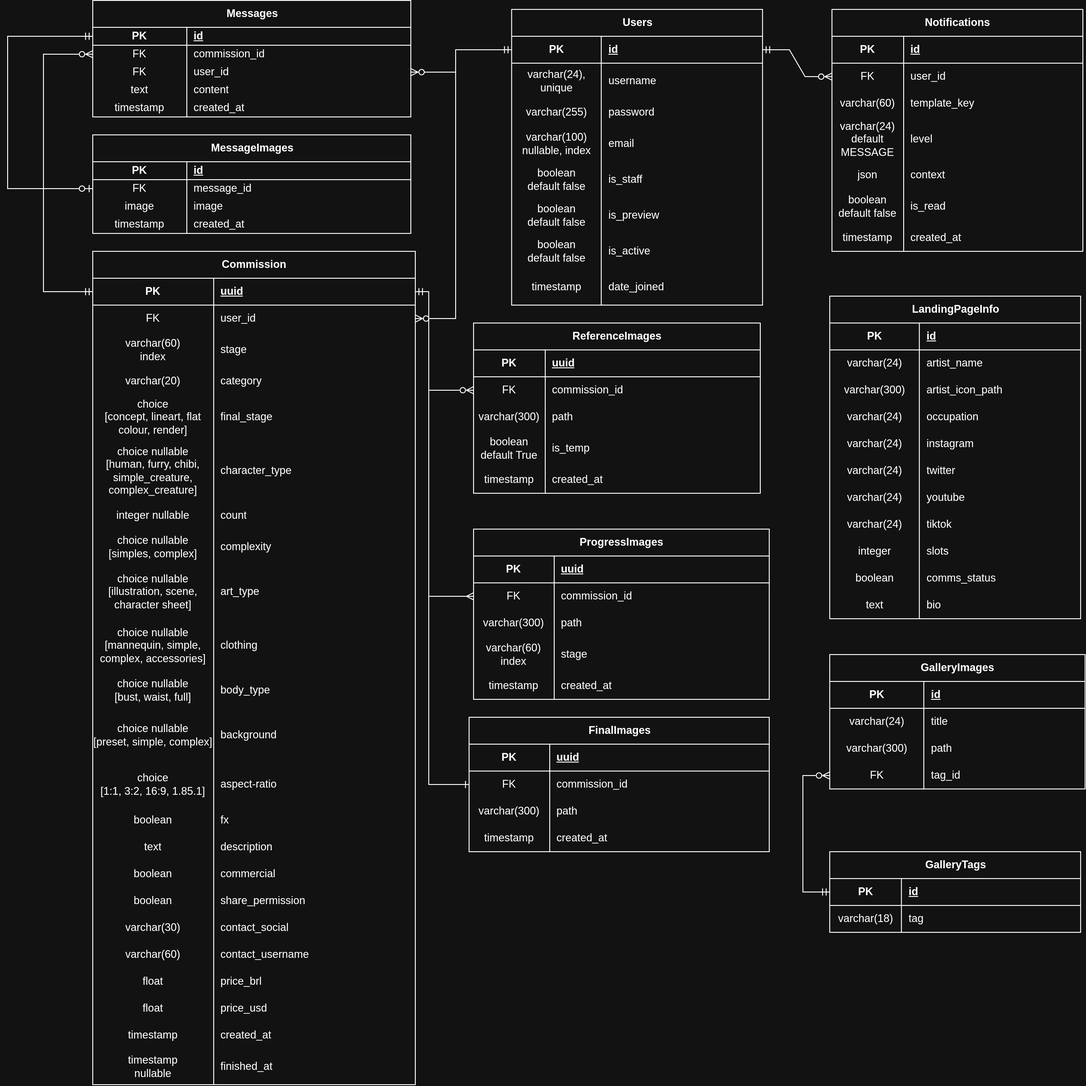
Earlier version of the draw.io export docs/diagramas/OAtelierER.png (nemesis-noctis/o-atelier). Source tidied: cells renumbered, new cells last; positions are measured from the earlier drawing's top-left corner, leaving out a move shared by most shapes.
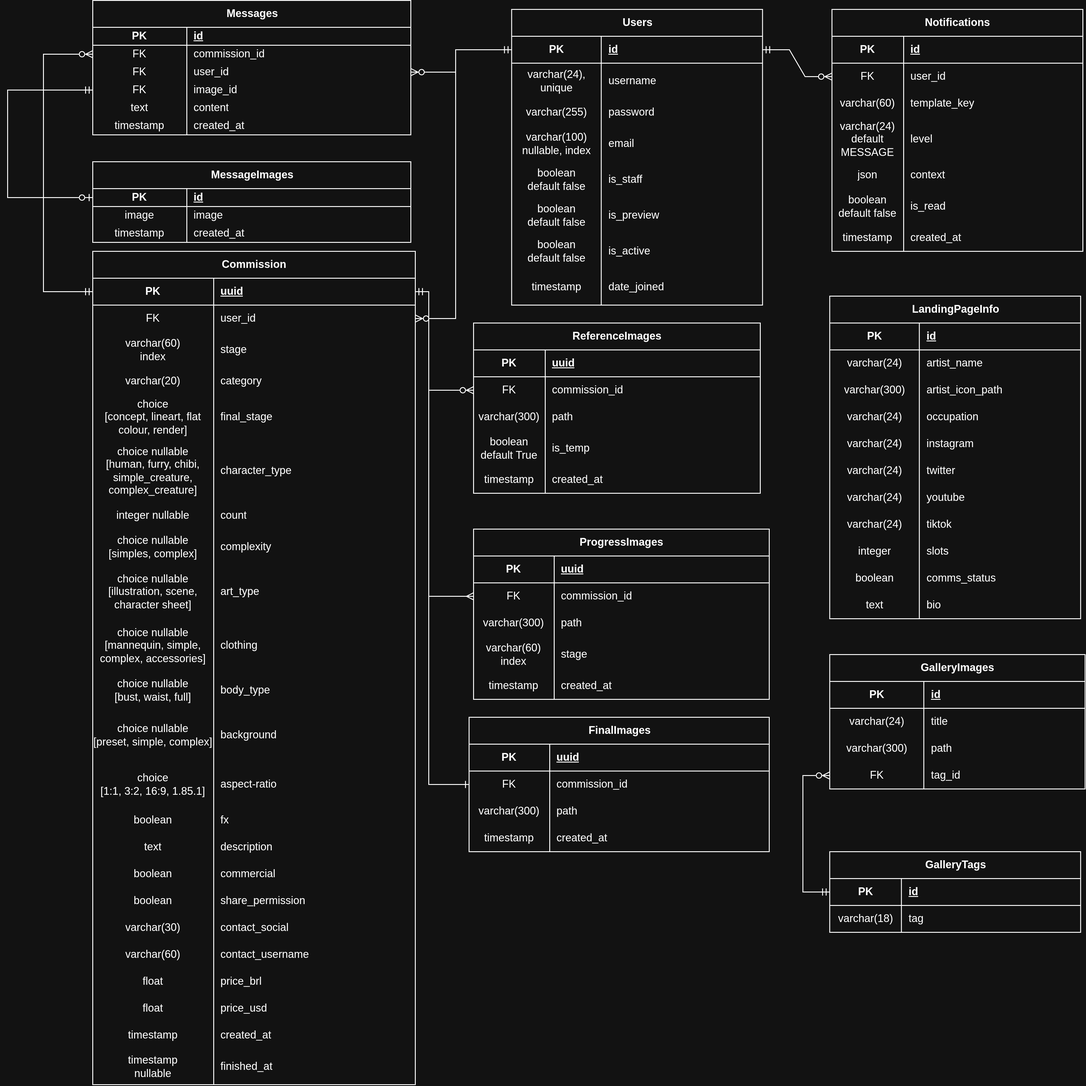
Later version of the same file.

Commit message:
feat: Fix docs, add message image model to db and adjust message model.

Diff of the diagram source:
```diff
@@ -578,7 +578,7 @@
       </mxGeometry>
     </mxCell>
     <mxCell id="187" value="Messages" style="shape=table;startSize=30;rowLines=0;fontStyle=1;align=center;html=1;" parent="1" vertex="1">
-      <mxGeometry x="95" width="355" height="130" as="geometry" />
+      <mxGeometry x="95" width="355" height="150" as="geometry" />
     </mxCell>
     <mxCell id="188" style="shape=tableRow;horizontal=0;startSize=0;swimlaneHead=0;swimlaneBody=0;fillColor=none;points=[[0,0.5],[1,0.5]];portConstraint=eastwest;top=0;left=0;right=0;bottom=1;" parent="187" vertex="1">
       <mxGeometry y="30" width="355" height="20" as="geometry" />
@@ -607,8 +607,17 @@
     <mxCell id="196" value="user_id" style="shape=partialRectangle;fillColor=none;top=0;left=0;bottom=0;right=0;align=left;spacingLeft=6;overflow=hidden;whiteSpace=wrap;html=1;" parent="194" vertex="1">
       <mxGeometry x="105" width="250" height="20" as="geometry" />
     </mxCell>
+    <mxCell id="256" style="shape=tableRow;horizontal=0;startSize=0;swimlaneHead=0;swimlaneBody=0;fillColor=none;points=[[0,0.5],[1,0.5]];portConstraint=eastwest;top=0;left=0;right=0;bottom=0;" parent="187" vertex="1">
+      <mxGeometry y="90" width="355" height="20" as="geometry" />
+    </mxCell>
+    <mxCell id="247" value="FK" style="shape=partialRectangle;fillColor=none;top=0;left=0;bottom=0;right=0;overflow=hidden;whiteSpace=wrap;html=1;" parent="256" vertex="1">
+      <mxGeometry width="105" height="20" as="geometry" />
+    </mxCell>
+    <mxCell id="257" value="image_id" style="shape=partialRectangle;fillColor=none;top=0;left=0;bottom=0;right=0;align=left;spacingLeft=6;overflow=hidden;whiteSpace=wrap;html=1;" parent="256" vertex="1">
+      <mxGeometry x="105" width="250" height="20" as="geometry" />
+    </mxCell>
     <mxCell id="197" style="shape=tableRow;horizontal=0;startSize=0;swimlaneHead=0;swimlaneBody=0;fillColor=none;top=0;left=0;right=0;bottom=0;" parent="187" vertex="1">
-      <mxGeometry y="90" width="355" height="20" as="geometry" />
+      <mxGeometry y="110" width="355" height="20" as="geometry" />
     </mxCell>
     <mxCell id="198" value="text" style="shape=partialRectangle;fillColor=none;top=0;left=0;bottom=0;right=0;overflow=hidden;whiteSpace=wrap;html=1;" parent="197" vertex="1">
       <mxGeometry width="105" height="20" as="geometry" />
@@ -617,7 +626,7 @@
       <mxGeometry x="105" width="250" height="20" as="geometry" />
     </mxCell>
     <mxCell id="200" style="shape=tableRow;horizontal=0;startSize=0;swimlaneHead=0;swimlaneBody=0;fillColor=none;top=0;left=0;right=0;bottom=0;" parent="187" vertex="1">
-      <mxGeometry y="110" width="355" height="20" as="geometry" />
+      <mxGeometry y="130" width="355" height="20" as="geometry" />
     </mxCell>
     <mxCell id="201" value="timestamp" style="shape=partialRectangle;fillColor=none;top=0;left=0;bottom=0;right=0;overflow=hidden;whiteSpace=wrap;html=1;" parent="200" vertex="1">
       <mxGeometry width="105" height="20" as="geometry" />
@@ -762,7 +771,7 @@
       </mxGeometry>
     </mxCell>
     <mxCell id="242" value="MessageImages" style="shape=table;startSize=30;rowLines=0;fontStyle=1;align=center;html=1;" parent="1" vertex="1">
-      <mxGeometry x="95" y="150" width="355" height="110" as="geometry" />
+      <mxGeometry x="95" y="180" width="355" height="90" as="geometry" />
     </mxCell>
     <mxCell id="243" style="shape=tableRow;horizontal=0;startSize=0;swimlaneHead=0;swimlaneBody=0;fillColor=none;points=[[0,0.5],[1,0.5]];portConstraint=eastwest;top=0;left=0;right=0;bottom=1;" parent="242" vertex="1">
       <mxGeometry y="30" width="355" height="20" as="geometry" />
@@ -773,17 +782,8 @@
     <mxCell id="245" value="id" style="shape=partialRectangle;fillColor=none;top=0;left=0;bottom=0;right=0;align=left;spacingLeft=6;fontStyle=5;overflow=hidden;whiteSpace=wrap;html=1;" parent="243" vertex="1">
       <mxGeometry x="105" width="250" height="20" as="geometry" />
     </mxCell>
-    <mxCell id="246" style="shape=tableRow;horizontal=0;startSize=0;swimlaneHead=0;swimlaneBody=0;fillColor=none;points=[[0,0.5],[1,0.5]];portConstraint=eastwest;top=0;left=0;right=0;bottom=0;" parent="242" vertex="1">
-      <mxGeometry y="50" width="355" height="20" as="geometry" />
-    </mxCell>
-    <mxCell id="247" value="FK" style="shape=partialRectangle;fillColor=none;top=0;left=0;bottom=0;right=0;overflow=hidden;whiteSpace=wrap;html=1;" parent="246" vertex="1">
-      <mxGeometry width="105" height="20" as="geometry" />
-    </mxCell>
-    <mxCell id="248" value="message_id" style="shape=partialRectangle;fillColor=none;top=0;left=0;bottom=0;right=0;align=left;spacingLeft=6;overflow=hidden;whiteSpace=wrap;html=1;" parent="246" vertex="1">
-      <mxGeometry x="105" width="250" height="20" as="geometry" />
-    </mxCell>
     <mxCell id="249" style="shape=tableRow;horizontal=0;startSize=0;swimlaneHead=0;swimlaneBody=0;fillColor=none;top=0;left=0;right=0;bottom=0;" parent="242" vertex="1">
-      <mxGeometry y="70" width="355" height="20" as="geometry" />
+      <mxGeometry y="50" width="355" height="20" as="geometry" />
     </mxCell>
     <mxCell id="250" value="image" style="shape=partialRectangle;fillColor=none;top=0;left=0;bottom=0;right=0;overflow=hidden;whiteSpace=wrap;html=1;" parent="249" vertex="1">
       <mxGeometry width="105" height="20" as="geometry" />
@@ -792,7 +792,7 @@
       <mxGeometry x="105" width="250" height="20" as="geometry" />
     </mxCell>
     <mxCell id="252" style="shape=tableRow;horizontal=0;startSize=0;swimlaneHead=0;swimlaneBody=0;fillColor=none;top=0;left=0;right=0;bottom=0;" parent="242" vertex="1">
-      <mxGeometry y="90" width="355" height="20" as="geometry" />
+      <mxGeometry y="70" width="355" height="20" as="geometry" />
     </mxCell>
     <mxCell id="253" value="timestamp" style="shape=partialRectangle;fillColor=none;top=0;left=0;bottom=0;right=0;overflow=hidden;whiteSpace=wrap;html=1;" parent="252" vertex="1">
       <mxGeometry width="105" height="20" as="geometry" />
@@ -800,11 +800,11 @@
     <mxCell id="254" value="created_at" style="shape=partialRectangle;fillColor=none;top=0;left=0;bottom=0;right=0;align=left;spacingLeft=6;overflow=hidden;whiteSpace=wrap;html=1;" parent="252" vertex="1">
       <mxGeometry x="105" width="250" height="20" as="geometry" />
     </mxCell>
-    <mxCell id="255" style="rounded=0;jettySize=auto;html=1;exitX=0;exitY=0.5;exitDx=0;exitDy=0;entryX=0;entryY=0.5;entryDx=0;entryDy=0;edgeStyle=orthogonalEdgeStyle;startArrow=ERzeroToOne;startFill=0;endArrow=ERmandOne;endFill=0;" parent="1" edge="1" source="246" target="188">
+    <mxCell id="255" style="rounded=0;jettySize=auto;html=1;entryX=0;entryY=0.5;entryDx=0;entryDy=0;edgeStyle=orthogonalEdgeStyle;startArrow=ERzeroToOne;startFill=0;endArrow=ERmandOne;endFill=0;exitX=0;exitY=0.5;exitDx=0;exitDy=0;" parent="1" edge="1" source="243" target="256">
       <mxGeometry relative="1" as="geometry">
         <Array as="points">
-          <mxPoint y="210" />
-          <mxPoint y="40" />
+          <mxPoint y="220" />
+          <mxPoint y="100" />
         </Array>
       </mxGeometry>
     </mxCell>
```
